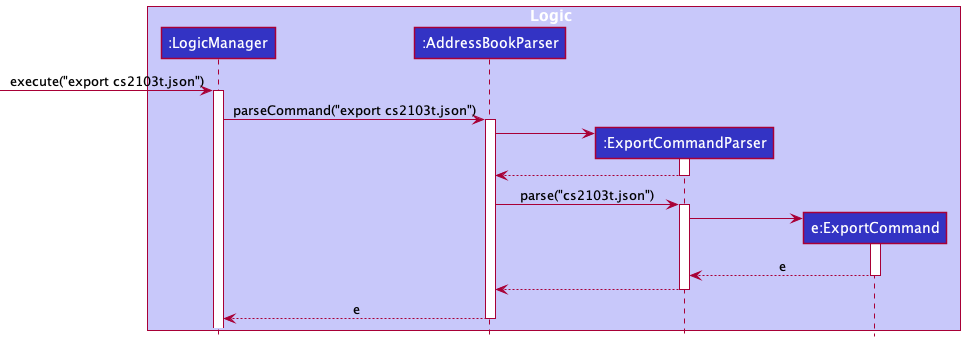
Earlier version of the PlantUML export docs/images/ExportSequenceDiagramStep1.png (nus-cs2103-AY2122S1/tp). Its diagram source:
```plantuml
@startuml
!include style.puml

box Logic LOGIC_COLOR_T1
participant ":LogicManager" as LogicManager LOGIC_COLOR
participant ":AddressBookParser" as AddressBookParser LOGIC_COLOR
participant ":ExportCommandParser" as ExportCommandParser LOGIC_COLOR
participant "e:ExportCommand" as ExportCommand LOGIC_COLOR
end box

[-> LogicManager : execute("export cs2103t.json")
activate LogicManager

LogicManager -> AddressBookParser : parseCommand("export cs2103t.json")
activate AddressBookParser

create ExportCommandParser
AddressBookParser -> ExportCommandParser
activate ExportCommandParser

ExportCommandParser --> AddressBookParser
deactivate ExportCommandParser

AddressBookParser -> ExportCommandParser : parse("cs2103t.json")
activate ExportCommandParser

create ExportCommand
ExportCommandParser -> ExportCommand
activate ExportCommand

ExportCommand --> ExportCommandParser : e
deactivate ExportCommand

ExportCommandParser --> AddressBookParser
deactivate ExportCommandParser

AddressBookParser --> LogicManager : e
deactivate AddressBookParser

@enduml
```
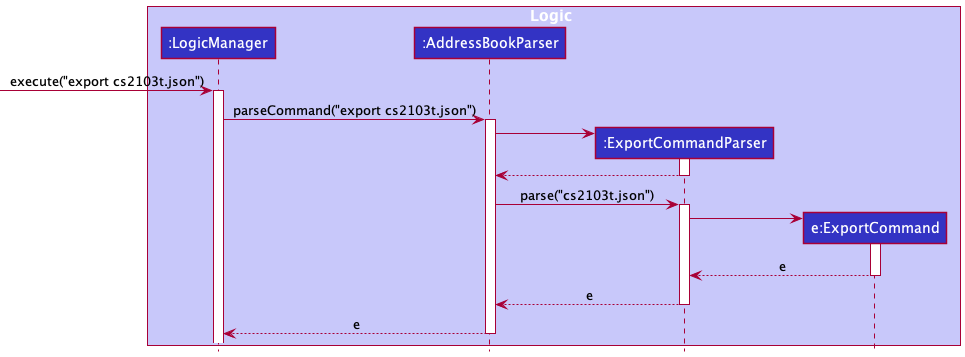
The same diagram one commit later.

Commit message:
Update Storage and Export diagrams

What changed in the source:
```diff
@@ -31,7 +31,7 @@
 ExportCommand --> ExportCommandParser : e
 deactivate ExportCommand
 
-ExportCommandParser --> AddressBookParser
+ExportCommandParser --> AddressBookParser : e
 deactivate ExportCommandParser
 
 AddressBookParser --> LogicManager : e
```
